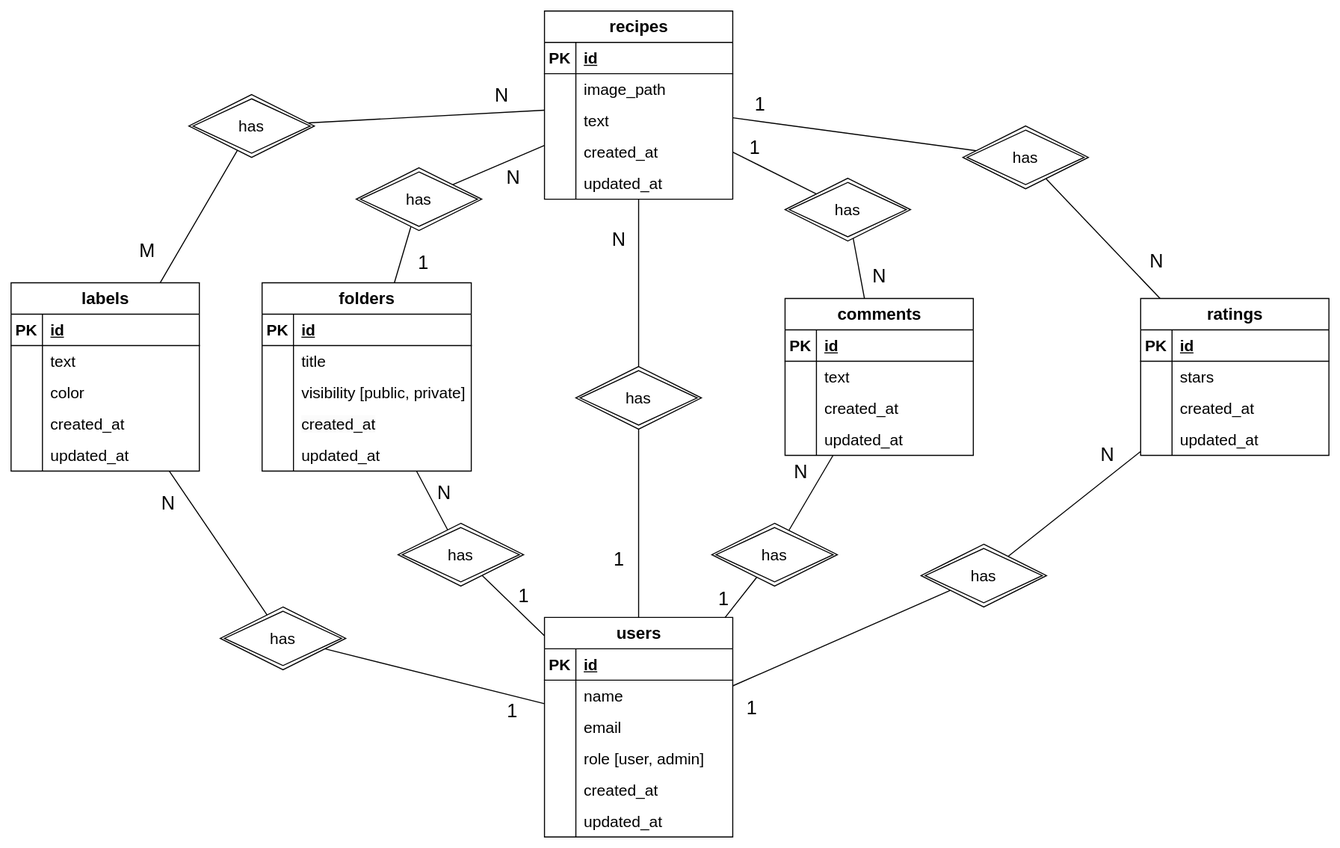
lchristmann/recipe-manager keeps this draw.io diagram as docs/db-schema.drawio.svg. Above is the earlier version. Source tidied: cells renumbered, new cells last; positions are measured from the earlier drawing's top-left corner, leaving out a move shared by most shapes.
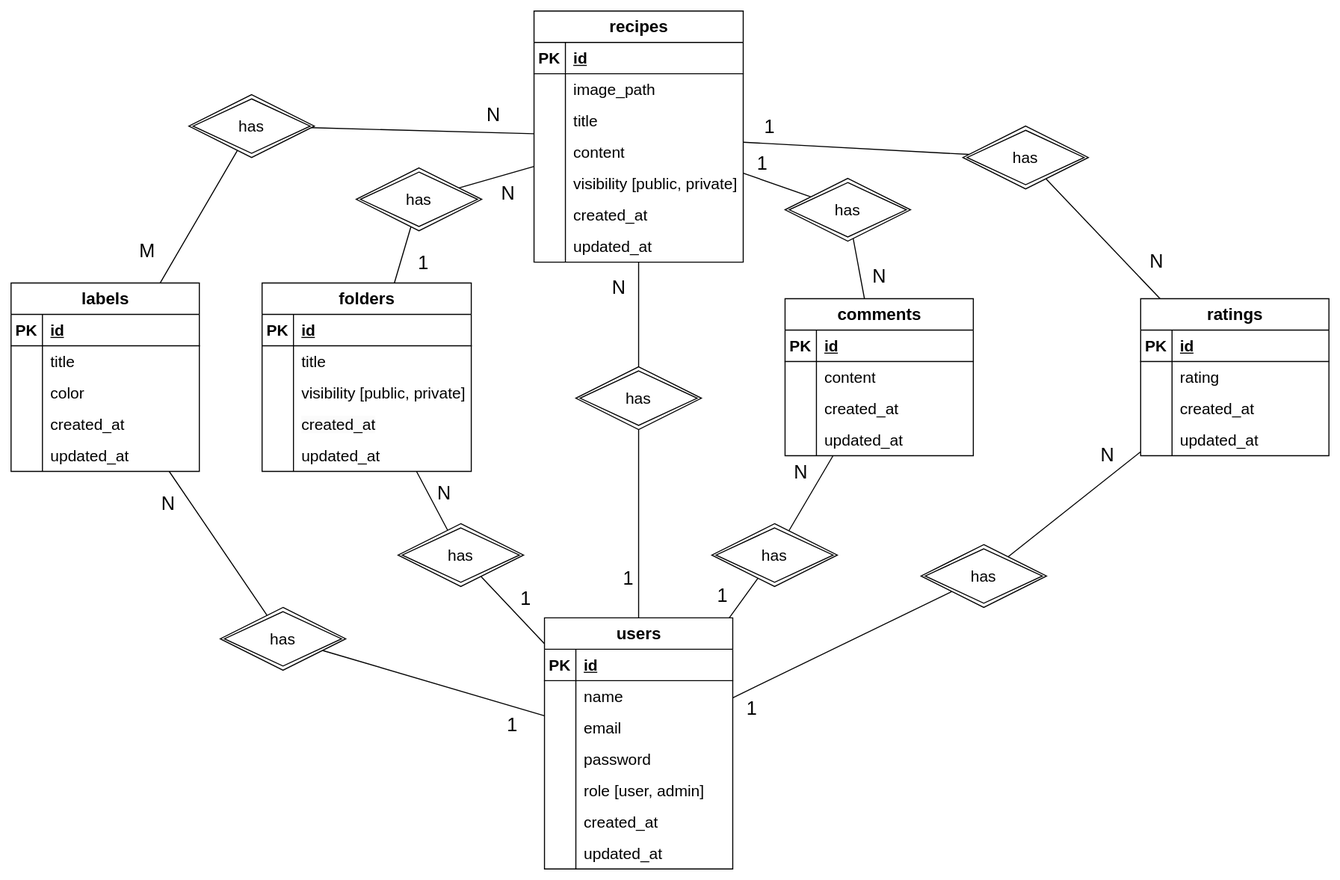
The same diagram one commit later.

Diff of the diagram source:
```diff
@@ -10,7 +10,7 @@
     </mxCell>
     <mxCell id="4" value="1" style="edgeLabel;html=1;align=center;verticalAlign=middle;fontSize=18;" parent="3" vertex="1">
       <mxGeometry x="-0.38" relative="1" as="geometry">
-        <mxPoint x="-20" as="offset" />
+        <mxPoint x="-11" y="18" as="offset" />
       </mxGeometry>
     </mxCell>
     <mxCell id="5" style="edgeStyle=none;html=1;endArrow=none;endFill=0;fontSize=15;" parent="1" edge="1" source="11" target="121">
@@ -18,7 +18,7 @@
     </mxCell>
     <mxCell id="6" value="1" style="edgeLabel;html=1;align=center;verticalAlign=middle;fontSize=18;" parent="5" vertex="1">
       <mxGeometry x="-0.12" y="2" relative="1" as="geometry">
-        <mxPoint x="-14" as="offset" />
+        <mxPoint x="-18" y="-3" as="offset" />
       </mxGeometry>
     </mxCell>
     <mxCell id="7" style="edgeStyle=none;html=1;endArrow=none;endFill=0;fontSize=15;" parent="1" edge="1" source="11" target="124">
@@ -26,7 +26,7 @@
     </mxCell>
     <mxCell id="8" value="1" style="edgeLabel;html=1;align=center;verticalAlign=middle;fontSize=18;" parent="7" vertex="1">
       <mxGeometry x="0.05" y="-2" relative="1" as="geometry">
-        <mxPoint x="10" y="-6" as="offset" />
+        <mxPoint x="12" y="-8" as="offset" />
       </mxGeometry>
     </mxCell>
     <mxCell id="9" style="edgeStyle=none;html=1;endArrow=none;endFill=0;fontSize=15;" parent="1" edge="1" source="11" target="136">
@@ -34,11 +34,11 @@
     </mxCell>
     <mxCell id="10" value="1" style="edgeLabel;html=1;align=center;verticalAlign=middle;fontSize=18;" parent="9" vertex="1">
       <mxGeometry x="-0.71" y="1" relative="1" as="geometry">
-        <mxPoint y="14" as="offset" />
+        <mxPoint x="-1" y="17" as="offset" />
       </mxGeometry>
     </mxCell>
     <mxCell id="11" value="&lt;span style=&quot;background-color: light-dark(#ffffff, var(--ge-dark-color, #121212));&quot;&gt;&lt;font&gt;users&lt;/font&gt;&lt;/span&gt;" style="shape=table;startSize=30;rowLines=0;fontStyle=1;align=center;html=1;strokeColor=default;fillColor=#FFFFFF;labelBackgroundColor=default;fillStyle=solid;fontSize=16;" parent="1" vertex="1">
-      <mxGeometry x="510" y="580" width="180" height="210" as="geometry" />
+      <mxGeometry x="510" y="580" width="180" height="240" as="geometry" />
     </mxCell>
     <mxCell id="12" style="shape=tableRow;horizontal=0;startSize=0;swimlaneHead=0;swimlaneBody=0;fillColor=none;top=0;left=0;right=0;bottom=1;fontSize=15;" parent="11" vertex="1">
       <mxGeometry y="30" width="180" height="30" as="geometry" />
@@ -67,8 +67,17 @@
     <mxCell id="20" value="email" style="shape=partialRectangle;fillColor=none;top=0;left=0;bottom=0;right=0;align=left;spacingLeft=6;overflow=hidden;whiteSpace=wrap;html=1;fontSize=15;" parent="18" vertex="1">
       <mxGeometry x="30" width="150" height="30" as="geometry" />
     </mxCell>
+    <mxCell id="140" style="shape=tableRow;horizontal=0;startSize=0;swimlaneHead=0;swimlaneBody=0;fillColor=none;top=0;left=0;right=0;bottom=0;fontSize=15;" parent="11" vertex="1">
+      <mxGeometry y="120" width="180" height="30" as="geometry" />
+    </mxCell>
+    <mxCell id="141" style="shape=partialRectangle;fillColor=none;top=0;left=0;bottom=0;right=0;overflow=hidden;whiteSpace=wrap;html=1;fontSize=15;" parent="140" vertex="1">
+      <mxGeometry width="30" height="30" as="geometry" />
+    </mxCell>
+    <mxCell id="142" value="password" style="shape=partialRectangle;fillColor=none;top=0;left=0;bottom=0;right=0;align=left;spacingLeft=6;overflow=hidden;whiteSpace=wrap;html=1;fontSize=15;" parent="140" vertex="1">
+      <mxGeometry x="30" width="150" height="30" as="geometry" />
+    </mxCell>
     <mxCell id="21" style="shape=tableRow;horizontal=0;startSize=0;swimlaneHead=0;swimlaneBody=0;fillColor=none;top=0;left=0;right=0;bottom=0;fontSize=15;" parent="11" vertex="1">
-      <mxGeometry y="120" width="180" height="30" as="geometry" />
+      <mxGeometry y="150" width="180" height="30" as="geometry" />
     </mxCell>
     <mxCell id="22" style="shape=partialRectangle;fillColor=none;top=0;left=0;bottom=0;right=0;overflow=hidden;whiteSpace=wrap;html=1;fontSize=15;" parent="21" vertex="1">
       <mxGeometry width="30" height="30" as="geometry" />
@@ -77,7 +86,7 @@
       <mxGeometry x="30" width="150" height="30" as="geometry" />
     </mxCell>
     <mxCell id="24" style="shape=tableRow;horizontal=0;startSize=0;swimlaneHead=0;swimlaneBody=0;fillColor=none;top=0;left=0;right=0;bottom=0;fontSize=15;" parent="11" vertex="1">
-      <mxGeometry y="150" width="180" height="30" as="geometry" />
+      <mxGeometry y="180" width="180" height="30" as="geometry" />
     </mxCell>
     <mxCell id="25" style="shape=partialRectangle;fillColor=none;top=0;left=0;bottom=0;right=0;overflow=hidden;whiteSpace=wrap;html=1;fontSize=15;" parent="24" vertex="1">
       <mxGeometry width="30" height="30" as="geometry" />
@@ -86,7 +95,7 @@
       <mxGeometry x="30" width="150" height="30" as="geometry" />
     </mxCell>
     <mxCell id="27" style="shape=tableRow;horizontal=0;startSize=0;swimlaneHead=0;swimlaneBody=0;fillColor=none;top=0;left=0;right=0;bottom=0;fontSize=15;" parent="11" vertex="1">
-      <mxGeometry y="180" width="180" height="30" as="geometry" />
+      <mxGeometry y="210" width="180" height="30" as="geometry" />
     </mxCell>
     <mxCell id="28" style="shape=partialRectangle;fillColor=none;top=0;left=0;bottom=0;right=0;overflow=hidden;whiteSpace=wrap;html=1;fontSize=15;" parent="27" vertex="1">
       <mxGeometry width="30" height="30" as="geometry" />
@@ -120,7 +129,7 @@
     <mxCell id="37" style="shape=partialRectangle;fillColor=none;top=0;left=0;bottom=0;right=0;overflow=hidden;whiteSpace=wrap;html=1;fontSize=15;" parent="36" vertex="1">
       <mxGeometry width="30" height="30" as="geometry" />
     </mxCell>
-    <mxCell id="38" value="stars" style="shape=partialRectangle;fillColor=none;top=0;left=0;bottom=0;right=0;align=left;spacingLeft=6;overflow=hidden;whiteSpace=wrap;html=1;fontSize=15;" parent="36" vertex="1">
+    <mxCell id="38" value="rating" style="shape=partialRectangle;fillColor=none;top=0;left=0;bottom=0;right=0;align=left;spacingLeft=6;overflow=hidden;whiteSpace=wrap;html=1;fontSize=15;" parent="36" vertex="1">
       <mxGeometry x="30" width="150" height="30" as="geometry" />
     </mxCell>
     <mxCell id="39" style="shape=tableRow;horizontal=0;startSize=0;swimlaneHead=0;swimlaneBody=0;fillColor=none;top=0;left=0;right=0;bottom=0;fontSize=15;" parent="32" vertex="1">
@@ -169,52 +178,70 @@
       <mxGeometry x="540" y="340" width="120" height="60" as="geometry" />
     </mxCell>
     <mxCell id="52" value="&lt;span style=&quot;background-color: light-dark(#ffffff, var(--ge-dark-color, #121212));&quot;&gt;&lt;font&gt;recipes&lt;/font&gt;&lt;/span&gt;" style="shape=table;startSize=30;rowLines=0;fontStyle=1;align=center;html=1;labelBackgroundColor=default;fillStyle=solid;fillColor=#FFFFFF;fontSize=16;" parent="1" vertex="1">
-      <mxGeometry x="510" width="180" height="180" as="geometry" />
+      <mxGeometry x="500" width="200" height="240" as="geometry" />
     </mxCell>
     <mxCell id="53" style="shape=tableRow;horizontal=0;startSize=0;swimlaneHead=0;swimlaneBody=0;fillColor=none;top=0;left=0;right=0;bottom=1;fontSize=15;" parent="52" vertex="1">
-      <mxGeometry y="30" width="180" height="30" as="geometry" />
+      <mxGeometry y="30" width="200" height="30" as="geometry" />
     </mxCell>
     <mxCell id="54" value="PK" style="shape=partialRectangle;fillColor=none;top=0;left=0;bottom=0;right=0;fontStyle=1;overflow=hidden;whiteSpace=wrap;html=1;fontSize=15;" parent="53" vertex="1">
       <mxGeometry width="30" height="30" as="geometry" />
     </mxCell>
     <mxCell id="55" value="id" style="shape=partialRectangle;fillColor=none;top=0;left=0;bottom=0;right=0;align=left;spacingLeft=6;fontStyle=5;overflow=hidden;whiteSpace=wrap;html=1;fontSize=15;" parent="53" vertex="1">
-      <mxGeometry x="30" width="150" height="30" as="geometry" />
+      <mxGeometry x="30" width="170" height="30" as="geometry" />
     </mxCell>
     <mxCell id="56" style="shape=tableRow;horizontal=0;startSize=0;swimlaneHead=0;swimlaneBody=0;fillColor=none;top=0;left=0;right=0;bottom=0;fontSize=15;" parent="52" vertex="1">
-      <mxGeometry y="60" width="180" height="30" as="geometry" />
+      <mxGeometry y="60" width="200" height="30" as="geometry" />
     </mxCell>
     <mxCell id="57" style="shape=partialRectangle;fillColor=none;top=0;left=0;bottom=0;right=0;overflow=hidden;whiteSpace=wrap;html=1;fontSize=15;" parent="56" vertex="1">
       <mxGeometry width="30" height="30" as="geometry" />
     </mxCell>
     <mxCell id="58" value="image_path" style="shape=partialRectangle;fillColor=none;top=0;left=0;bottom=0;right=0;align=left;spacingLeft=6;overflow=hidden;whiteSpace=wrap;html=1;fontSize=15;" parent="56" vertex="1">
-      <mxGeometry x="30" width="150" height="30" as="geometry" />
+      <mxGeometry x="30" width="170" height="30" as="geometry" />
     </mxCell>
+    <mxCell id="143" style="shape=tableRow;horizontal=0;startSize=0;swimlaneHead=0;swimlaneBody=0;fillColor=none;top=0;left=0;right=0;bottom=0;fontSize=15;" parent="52" vertex="1">
+      <mxGeometry y="90" width="200" height="30" as="geometry" />
+    </mxCell>
+    <mxCell id="144" style="shape=partialRectangle;fillColor=none;top=0;left=0;bottom=0;right=0;overflow=hidden;whiteSpace=wrap;html=1;fontSize=15;" parent="143" vertex="1">
+      <mxGeometry width="30" height="30" as="geometry" />
+    </mxCell>
+    <mxCell id="145" value="title" style="shape=partialRectangle;fillColor=none;top=0;left=0;bottom=0;right=0;align=left;spacingLeft=6;overflow=hidden;whiteSpace=wrap;html=1;fontSize=15;" parent="143" vertex="1">
+      <mxGeometry x="30" width="170" height="30" as="geometry" />
+    </mxCell>
     <mxCell id="59" style="shape=tableRow;horizontal=0;startSize=0;swimlaneHead=0;swimlaneBody=0;fillColor=none;top=0;left=0;right=0;bottom=0;fontSize=15;" parent="52" vertex="1">
-      <mxGeometry y="90" width="180" height="30" as="geometry" />
+      <mxGeometry y="120" width="200" height="30" as="geometry" />
     </mxCell>
     <mxCell id="60" style="shape=partialRectangle;fillColor=none;top=0;left=0;bottom=0;right=0;overflow=hidden;whiteSpace=wrap;html=1;fontSize=15;" parent="59" vertex="1">
       <mxGeometry width="30" height="30" as="geometry" />
     </mxCell>
-    <mxCell id="61" value="text" style="shape=partialRectangle;fillColor=none;top=0;left=0;bottom=0;right=0;align=left;spacingLeft=6;overflow=hidden;whiteSpace=wrap;html=1;fontSize=15;" parent="59" vertex="1">
-      <mxGeometry x="30" width="150" height="30" as="geometry" />
+    <mxCell id="61" value="content" style="shape=partialRectangle;fillColor=none;top=0;left=0;bottom=0;right=0;align=left;spacingLeft=6;overflow=hidden;whiteSpace=wrap;html=1;fontSize=15;" parent="59" vertex="1">
+      <mxGeometry x="30" width="170" height="30" as="geometry" />
     </mxCell>
+    <mxCell id="146" style="shape=tableRow;horizontal=0;startSize=0;swimlaneHead=0;swimlaneBody=0;fillColor=none;top=0;left=0;right=0;bottom=0;fontSize=15;" parent="52" vertex="1">
+      <mxGeometry y="150" width="200" height="30" as="geometry" />
+    </mxCell>
+    <mxCell id="147" style="shape=partialRectangle;fillColor=none;top=0;left=0;bottom=0;right=0;overflow=hidden;whiteSpace=wrap;html=1;fontSize=15;" parent="146" vertex="1">
+      <mxGeometry width="30" height="30" as="geometry" />
+    </mxCell>
+    <mxCell id="148" value="&lt;span style=&quot;color: rgb(0, 0, 0);&quot;&gt;visibility [public, private]&lt;/span&gt;" style="shape=partialRectangle;fillColor=none;top=0;left=0;bottom=0;right=0;align=left;spacingLeft=6;overflow=hidden;whiteSpace=wrap;html=1;fontSize=15;" parent="146" vertex="1">
+      <mxGeometry x="30" width="170" height="30" as="geometry" />
+    </mxCell>
     <mxCell id="62" style="shape=tableRow;horizontal=0;startSize=0;swimlaneHead=0;swimlaneBody=0;fillColor=none;top=0;left=0;right=0;bottom=0;fontSize=15;" parent="52" vertex="1">
-      <mxGeometry y="120" width="180" height="30" as="geometry" />
+      <mxGeometry y="180" width="200" height="30" as="geometry" />
     </mxCell>
     <mxCell id="63" style="shape=partialRectangle;fillColor=none;top=0;left=0;bottom=0;right=0;overflow=hidden;whiteSpace=wrap;html=1;fontSize=15;" parent="62" vertex="1">
       <mxGeometry width="30" height="30" as="geometry" />
     </mxCell>
     <mxCell id="64" value="created_at" style="shape=partialRectangle;fillColor=none;top=0;left=0;bottom=0;right=0;align=left;spacingLeft=6;overflow=hidden;whiteSpace=wrap;html=1;fontSize=15;" parent="62" vertex="1">
-      <mxGeometry x="30" width="150" height="30" as="geometry" />
+      <mxGeometry x="30" width="170" height="30" as="geometry" />
     </mxCell>
     <mxCell id="65" style="shape=tableRow;horizontal=0;startSize=0;swimlaneHead=0;swimlaneBody=0;fillColor=none;top=0;left=0;right=0;bottom=0;fontSize=15;" parent="52" vertex="1">
-      <mxGeometry y="150" width="180" height="30" as="geometry" />
+      <mxGeometry y="210" width="200" height="30" as="geometry" />
     </mxCell>
     <mxCell id="66" style="shape=partialRectangle;fillColor=none;top=0;left=0;bottom=0;right=0;overflow=hidden;whiteSpace=wrap;html=1;fontSize=15;" parent="65" vertex="1">
       <mxGeometry width="30" height="30" as="geometry" />
     </mxCell>
     <mxCell id="67" value="updated_at" style="shape=partialRectangle;fillColor=none;top=0;left=0;bottom=0;right=0;align=left;spacingLeft=6;overflow=hidden;whiteSpace=wrap;html=1;fontSize=15;" parent="65" vertex="1">
-      <mxGeometry x="30" width="150" height="30" as="geometry" />
+      <mxGeometry x="30" width="170" height="30" as="geometry" />
     </mxCell>
     <mxCell id="68" style="edgeStyle=none;html=1;endArrow=none;endFill=0;fontSize=15;" parent="1" edge="1" source="70" target="130">
       <mxGeometry relative="1" as="geometry" />
@@ -242,7 +269,7 @@
     <mxCell id="75" style="shape=partialRectangle;fillColor=none;top=0;left=0;bottom=0;right=0;overflow=hidden;whiteSpace=wrap;html=1;fontSize=15;" parent="74" vertex="1">
       <mxGeometry width="30" height="30" as="geometry" />
     </mxCell>
-    <mxCell id="76" value="text" style="shape=partialRectangle;fillColor=none;top=0;left=0;bottom=0;right=0;align=left;spacingLeft=6;overflow=hidden;whiteSpace=wrap;html=1;fontSize=15;" parent="74" vertex="1">
+    <mxCell id="76" value="content" style="shape=partialRectangle;fillColor=none;top=0;left=0;bottom=0;right=0;align=left;spacingLeft=6;overflow=hidden;whiteSpace=wrap;html=1;fontSize=15;" parent="74" vertex="1">
       <mxGeometry x="30" width="150" height="30" as="geometry" />
     </mxCell>
     <mxCell id="77" style="shape=tableRow;horizontal=0;startSize=0;swimlaneHead=0;swimlaneBody=0;fillColor=none;top=0;left=0;right=0;bottom=0;fontSize=15;" parent="70" vertex="1">
@@ -289,7 +316,7 @@
     <mxCell id="90" style="shape=partialRectangle;fillColor=none;top=0;left=0;bottom=0;right=0;overflow=hidden;whiteSpace=wrap;html=1;fontSize=15;" parent="89" vertex="1">
       <mxGeometry width="30" height="30" as="geometry" />
     </mxCell>
-    <mxCell id="91" value="text" style="shape=partialRectangle;fillColor=none;top=0;left=0;bottom=0;right=0;align=left;spacingLeft=6;overflow=hidden;whiteSpace=wrap;html=1;fontSize=15;" parent="89" vertex="1">
+    <mxCell id="91" value="title" style="shape=partialRectangle;fillColor=none;top=0;left=0;bottom=0;right=0;align=left;spacingLeft=6;overflow=hidden;whiteSpace=wrap;html=1;fontSize=15;" parent="89" vertex="1">
       <mxGeometry x="30" width="150" height="30" as="geometry" />
     </mxCell>
     <mxCell id="92" style="shape=tableRow;horizontal=0;startSize=0;swimlaneHead=0;swimlaneBody=0;fillColor=none;top=0;left=0;right=0;bottom=0;fontSize=15;" parent="85" vertex="1">
```
